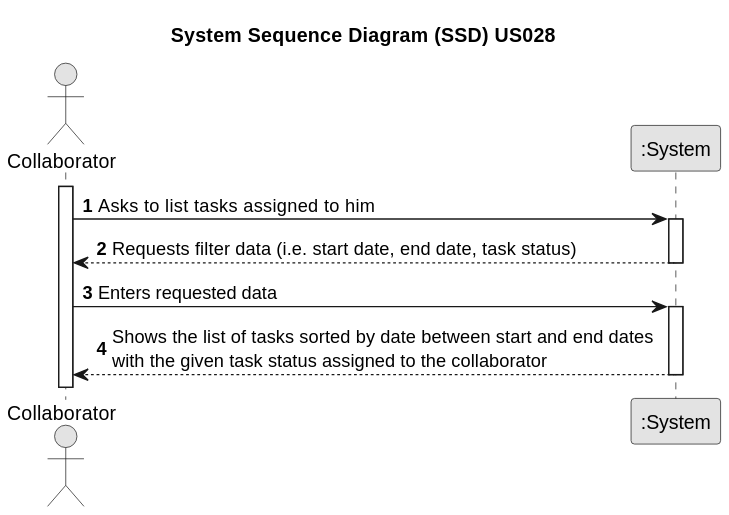
LopemigueISEP/lei-24-s2-1nb-g312 keeps this PlantUML diagram as docs/sprintC/US028/01.requirements-engineering/svg/us028-system-sequence-diagram.svg. Above is the earlier version. The source it was exported from:
```plantuml
@startuml
skinparam monochrome true
skinparam packageStyle rectangle
skinparam shadowing false

title System Sequence Diagram (SSD) US028

autonumber

actor "Collaborator" as ACTOR
participant ":System" as SYSTEM

activate ACTOR

ACTOR -> SYSTEM: Asks to list tasks assigned to him
activate SYSTEM
SYSTEM --> ACTOR: Requests filter data (i.e. start date, end date, task status)
deactivate SYSTEM

ACTOR -> SYSTEM: Enters requested data
activate SYSTEM
SYSTEM --> ACTOR: Shows the list of tasks sorted by date between start and end dates \nwith the given task status assigned to the collaborator
deactivate SYSTEM
@enduml
```
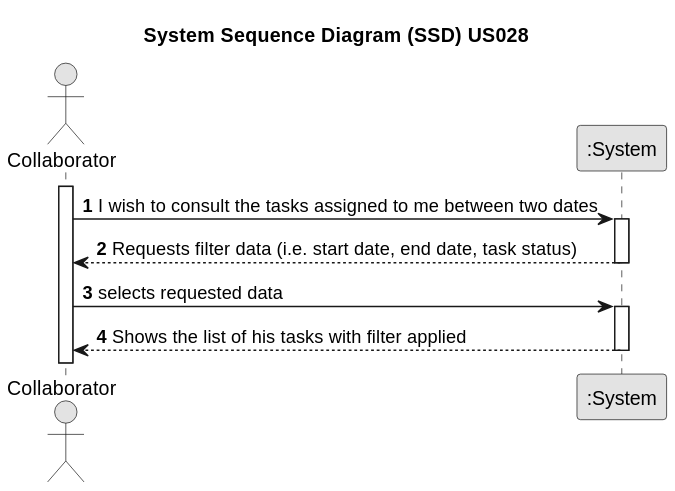
Later version of the same file.

The edit, as a diff of the source:
```diff
@@ -12,13 +12,13 @@
 
 activate ACTOR
 
-ACTOR -> SYSTEM: Asks to list tasks assigned to him
+ACTOR -> SYSTEM: I wish to consult the tasks assigned to me between two dates
 activate SYSTEM
 SYSTEM --> ACTOR: Requests filter data (i.e. start date, end date, task status)
 deactivate SYSTEM
 
-ACTOR -> SYSTEM: Enters requested data
+ACTOR -> SYSTEM: selects requested data
 activate SYSTEM
-SYSTEM --> ACTOR: Shows the list of tasks sorted by date between start and end dates \nwith the given task status assigned to the collaborator
+SYSTEM --> ACTOR: Shows the list of his tasks with filter applied
 deactivate SYSTEM
 @enduml
```
